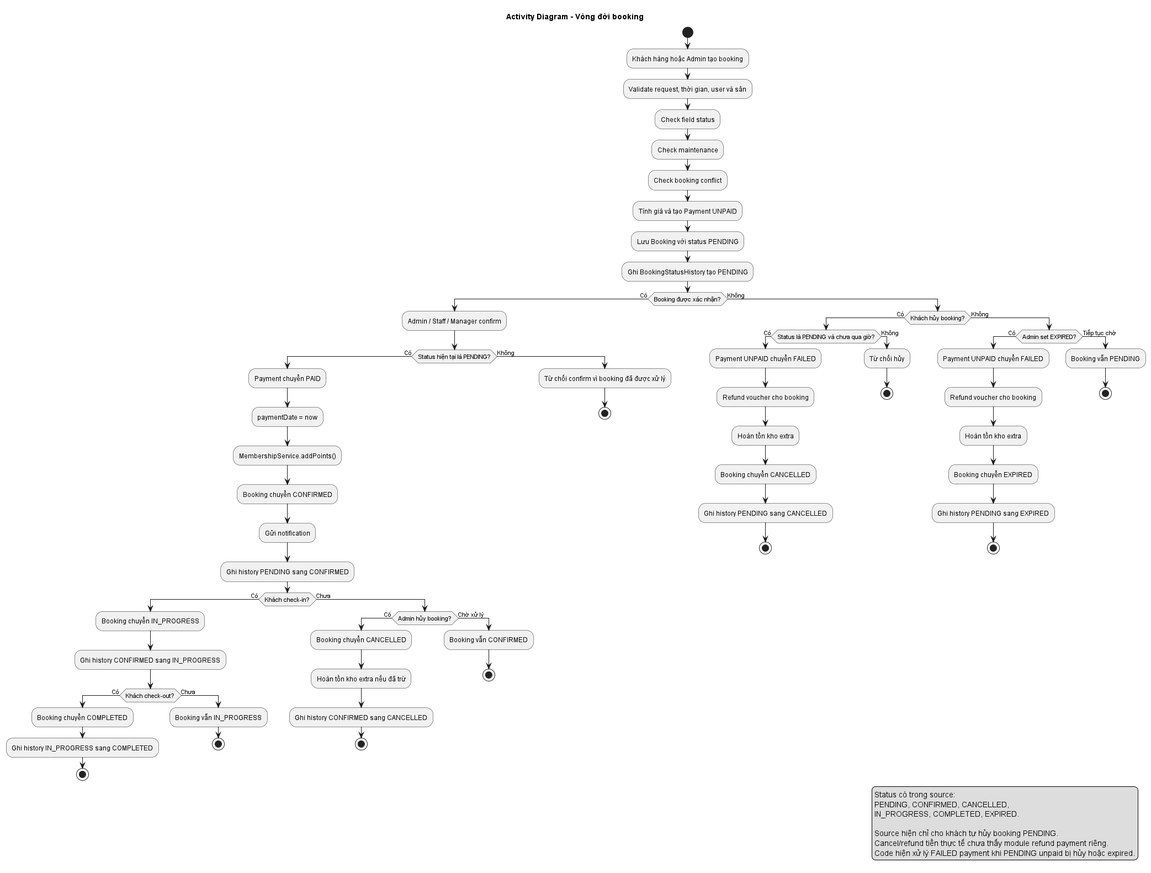
Above: docs/images/09-activity-booking-lifecycle/09-activity-booking-lifecycle.png in KyAnhhh/football-booking-system (PlantUML), before the change.
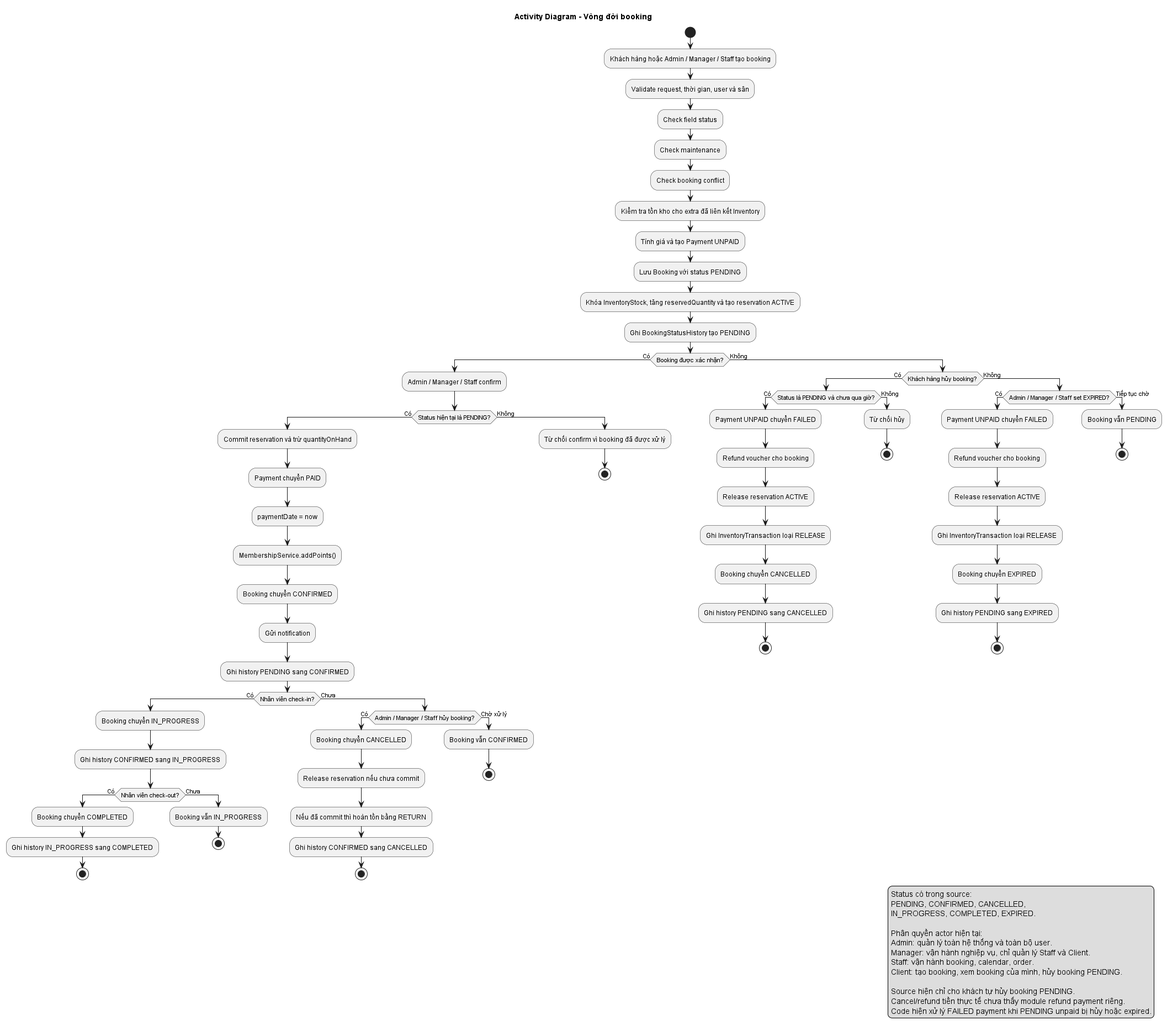
After the commit.

Diff of the diagram source:
```diff
@@ -4,19 +4,22 @@
 skinparam shadowing false
 
 start
-:Khách hàng hoặc Admin tạo booking;
+:Khách hàng hoặc Admin / Manager / Staff tạo booking;
 :Validate request, thời gian, user và sân;
 :Check field status;
 :Check maintenance;
 :Check booking conflict;
+:Kiểm tra tồn kho cho extra đã liên kết Inventory;
 :Tính giá và tạo Payment UNPAID;
 :Lưu Booking với status PENDING;
+:Khóa InventoryStock, tăng reservedQuantity và tạo reservation ACTIVE;
 :Ghi BookingStatusHistory tạo PENDING;
 
 if (Booking được xác nhận?) then (Có)
-  :Admin / Staff / Manager confirm;
+  :Admin / Manager / Staff confirm;
 
   if (Status hiện tại là PENDING?) then (Có)
+    :Commit reservation và trừ quantityOnHand;
     :Payment chuyển PAID;
     :paymentDate = now;
     :MembershipService.addPoints();
@@ -24,11 +27,11 @@
     :Gửi notification;
     :Ghi history PENDING sang CONFIRMED;
 
-    if (Khách check-in?) then (Có)
+    if (Nhân viên check-in?) then (Có)
       :Booking chuyển IN_PROGRESS;
       :Ghi history CONFIRMED sang IN_PROGRESS;
 
-      if (Khách check-out?) then (Có)
+      if (Nhân viên check-out?) then (Có)
         :Booking chuyển COMPLETED;
         :Ghi history IN_PROGRESS sang COMPLETED;
         stop
@@ -37,9 +40,10 @@
         stop
       endif
     else (Chưa)
-      if (Admin hủy booking?) then (Có)
+      if (Admin / Manager / Staff hủy booking?) then (Có)
         :Booking chuyển CANCELLED;
-        :Hoàn tồn kho extra nếu đã trừ;
+        :Release reservation nếu chưa commit;
+        :Nếu đã commit thì hoàn tồn bằng RETURN;
         :Ghi history CONFIRMED sang CANCELLED;
         stop
       else (Chờ xử lý)
@@ -52,11 +56,12 @@
     stop
   endif
 else (Không)
-  if (Khách hủy booking?) then (Có)
+  if (Khách hàng hủy booking?) then (Có)
     if (Status là PENDING và chưa qua giờ?) then (Có)
       :Payment UNPAID chuyển FAILED;
       :Refund voucher cho booking;
-      :Hoàn tồn kho extra;
+      :Release reservation ACTIVE;
+      :Ghi InventoryTransaction loại RELEASE;
       :Booking chuyển CANCELLED;
       :Ghi history PENDING sang CANCELLED;
       stop
@@ -65,10 +70,11 @@
       stop
     endif
   else (Không)
-    if (Admin set EXPIRED?) then (Có)
+    if (Admin / Manager / Staff set EXPIRED?) then (Có)
       :Payment UNPAID chuyển FAILED;
       :Refund voucher cho booking;
-      :Hoàn tồn kho extra;
+      :Release reservation ACTIVE;
+      :Ghi InventoryTransaction loại RELEASE;
       :Booking chuyển EXPIRED;
       :Ghi history PENDING sang EXPIRED;
       stop
@@ -84,6 +90,12 @@
   PENDING, CONFIRMED, CANCELLED,
   IN_PROGRESS, COMPLETED, EXPIRED.
 
+  Phân quyền actor hiện tại:
+  Admin: quản lý toàn hệ thống và toàn bộ user.
+  Manager: vận hành nghiệp vụ, chỉ quản lý Staff và Client.
+  Staff: vận hành booking, calendar, order.
+  Client: tạo booking, xem booking của mình, hủy booking PENDING.
+
   Source hiện chỉ cho khách tự hủy booking PENDING.
   Cancel/refund tiền thực tế chưa thấy module refund payment riêng.
   Code hiện xử lý FAILED payment khi PENDING unpaid bị hủy hoặc expired.
```
